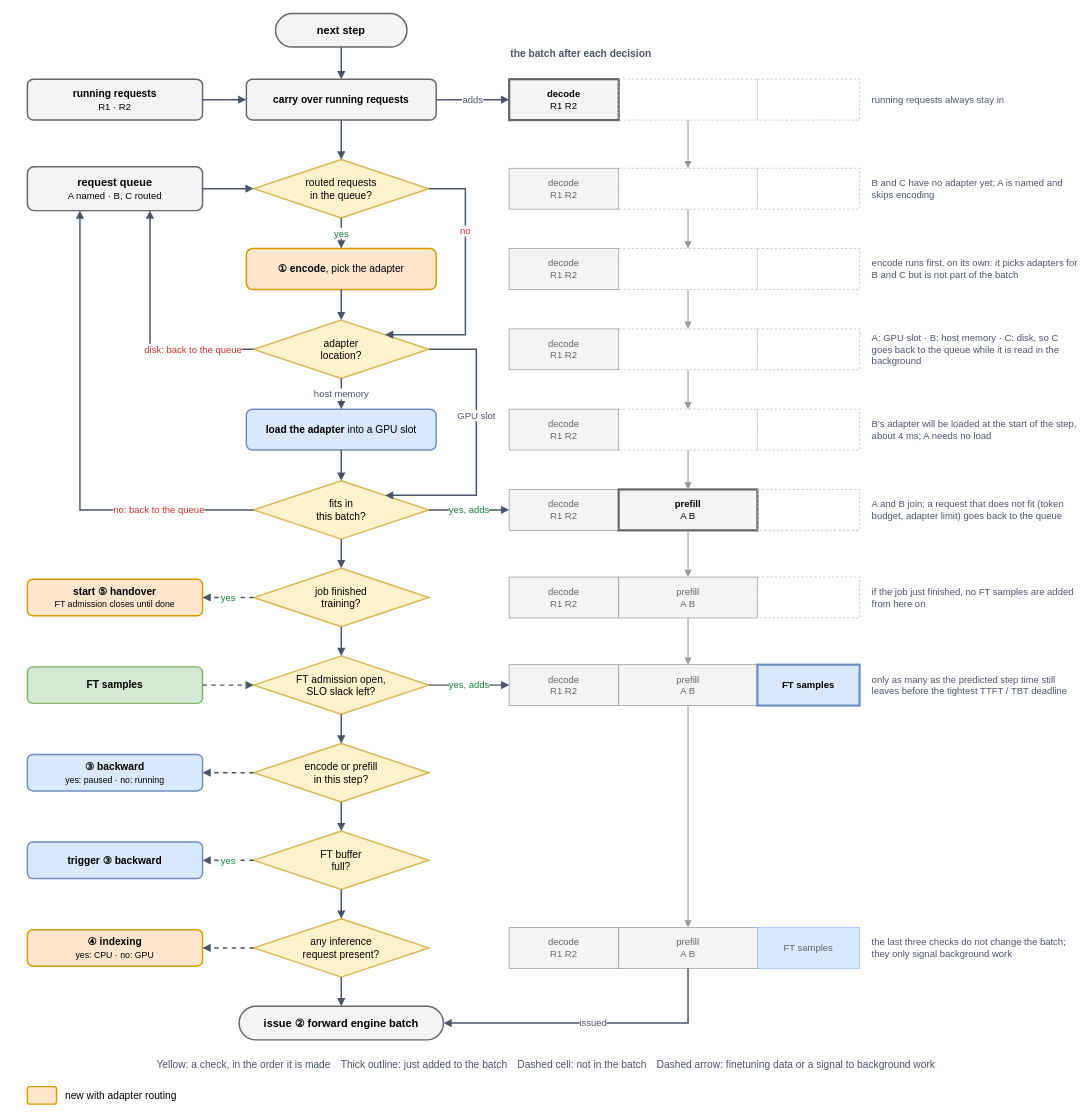
Before: docs/figures/scheduling/12-scheduler-decisions.drawio in 852866031/DeltaServe-vLLM, a draw.io diagram. Source tidied: cells renumbered, new cells numbered last; positions are measured from the earlier drawing's top-left corner, leaving out a move shared by most shapes. Both pictures are drawn from the tidied source at 73%, with x=0, y=0 at pixel (12, 13).
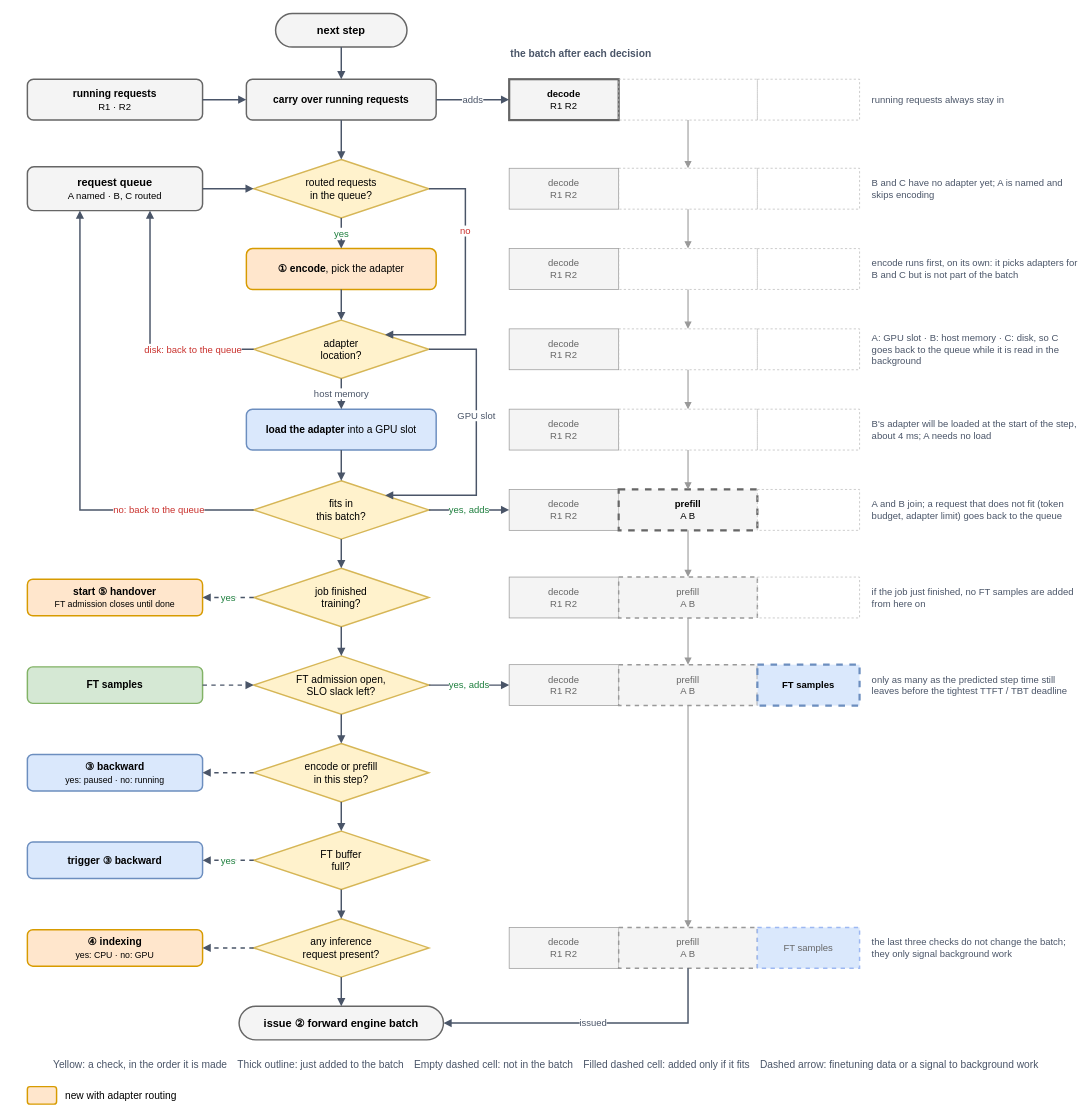
After the change.

Commit message (it also covers changes not shown here):
docs: scheduler decisions figure — prefill and FT sample cells dashed (added only if they fit)

Change to the diagram source:
```diff
@@
-    <mxCell id="44" value="&lt;b&gt;prefill&lt;/b&gt;&lt;br&gt;A B" style="rounded=0;whiteSpace=wrap;html=1;fontSize=13;fillColor=#F4F4F4;strokeColor=#666666;strokeWidth=3;" parent="1" vertex="1">
+    <mxCell id="44" value="&lt;b&gt;prefill&lt;/b&gt;&lt;br&gt;A B" style="rounded=0;whiteSpace=wrap;html=1;fontSize=13;fillColor=#F4F4F4;strokeColor=#666666;strokeWidth=3;dashed=1;" parent="1" vertex="1">
       <mxGeometry x="830" y="652" width="190" height="56" as="geometry" />
     </mxCell>
@@
-    <mxCell id="48" value="prefill&lt;br&gt;A B" style="rounded=0;whiteSpace=wrap;html=1;fontSize=13;fillColor=#F4F4F4;strokeColor=#999999;fontColor=#666666;" parent="1" vertex="1">
+    <mxCell id="48" value="prefill&lt;br&gt;A B" style="rounded=0;whiteSpace=wrap;html=1;fontSize=13;fillColor=#F4F4F4;strokeColor=#999999;fontColor=#666666;strokeWidth=2;dashed=1;" parent="1" vertex="1">
       <mxGeometry x="830" y="772" width="190" height="56" as="geometry" />
     </mxCell>
@@
-    <mxCell id="52" value="prefill&lt;br&gt;A B" style="rounded=0;whiteSpace=wrap;html=1;fontSize=13;fillColor=#F4F4F4;strokeColor=#999999;fontColor=#666666;" parent="1" vertex="1">
+    <mxCell id="52" value="prefill&lt;br&gt;A B" style="rounded=0;whiteSpace=wrap;html=1;fontSize=13;fillColor=#F4F4F4;strokeColor=#999999;fontColor=#666666;strokeWidth=2;dashed=1;" parent="1" vertex="1">
       <mxGeometry x="830" y="892" width="190" height="56" as="geometry" />
     </mxCell>
-    <mxCell id="53" value="&lt;b&gt;FT samples&lt;/b&gt;" style="rounded=0;whiteSpace=wrap;html=1;fontSize=13;fillColor=#DAE8FC;strokeColor=#6C8EBF;strokeWidth=3;" parent="1" vertex="1">
+    <mxCell id="53" value="&lt;b&gt;FT samples&lt;/b&gt;" style="rounded=0;whiteSpace=wrap;html=1;fontSize=13;fillColor=#DAE8FC;strokeColor=#6C8EBF;strokeWidth=3;dashed=1;" parent="1" vertex="1">
       <mxGeometry x="1020" y="892" width="140" height="56" as="geometry" />
     </mxCell>
@@
-    <mxCell id="56" value="prefill&lt;br&gt;A B" style="rounded=0;whiteSpace=wrap;html=1;fontSize=13;fillColor=#F4F4F4;strokeColor=#999999;fontColor=#666666;" parent="1" vertex="1">
+    <mxCell id="56" value="prefill&lt;br&gt;A B" style="rounded=0;whiteSpace=wrap;html=1;fontSize=13;fillColor=#F4F4F4;strokeColor=#999999;fontColor=#666666;strokeWidth=2;dashed=1;" parent="1" vertex="1">
       <mxGeometry x="830" y="1252" width="190" height="56" as="geometry" />
     </mxCell>
-    <mxCell id="57" value="FT samples" style="rounded=0;whiteSpace=wrap;html=1;fontSize=13;fillColor=#DAE8FC;strokeColor=#9DB8F2;fontColor=#666666;" parent="1" vertex="1">
+    <mxCell id="57" value="FT samples" style="rounded=0;whiteSpace=wrap;html=1;fontSize=13;fillColor=#DAE8FC;strokeColor=#9DB8F2;fontColor=#666666;strokeWidth=2;dashed=1;" parent="1" vertex="1">
       <mxGeometry x="1020" y="1252" width="140" height="56" as="geometry" />
     </mxCell>
@@
-    <mxCell id="94" value="Yellow: a check, in the order it is made　Thick outline: just added to the batch　Dashed cell: not in the batch　Dashed arrow: finetuning data or a signal to background work" style="text;html=1;fontSize=14;align=center;fontColor=#4A5568;" parent="1" vertex="1">
+    <mxCell id="94" value="Yellow: a check, in the order it is made　Thick outline: just added to the batch　Empty dashed cell: not in the batch　Filled dashed cell: added only if it fits　Dashed arrow: finetuning data or a signal to background work" style="text;html=1;fontSize=14;align=center;fontColor=#4A5568;" parent="1" vertex="1">
       <mxGeometry y="1425" width="1460" height="30" as="geometry" />
     </mxCell>
```
